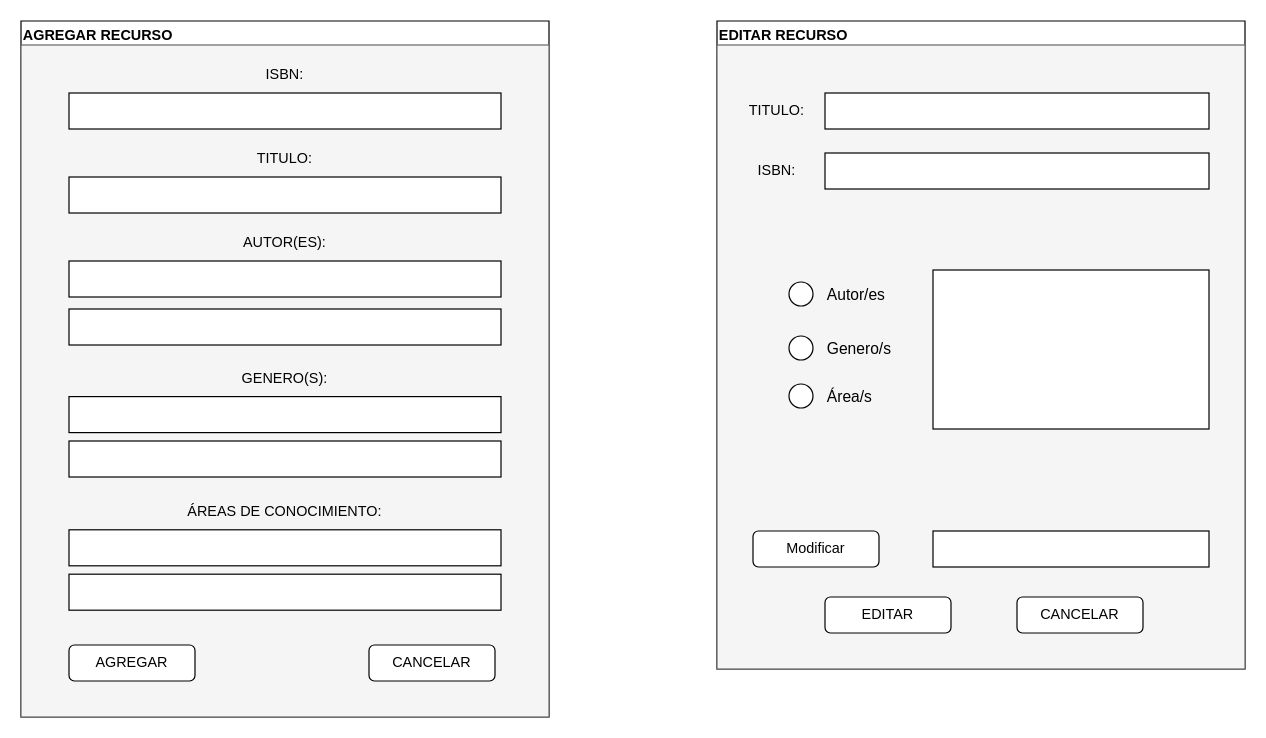
puyojulian/MiniProyecto3FPOE keeps this draw.io diagram as page "Página-2" (2 of 4) of Interface Diagram.drawio. Above is the earlier version. Source tidied: cells renumbered, new cells numbered last; positions are measured from the earlier drawing's top-left corner, leaving out a move shared by most shapes. Both pictures are drawn from the tidied source at 120%, with x=0, y=0 at pixel (20, 20).
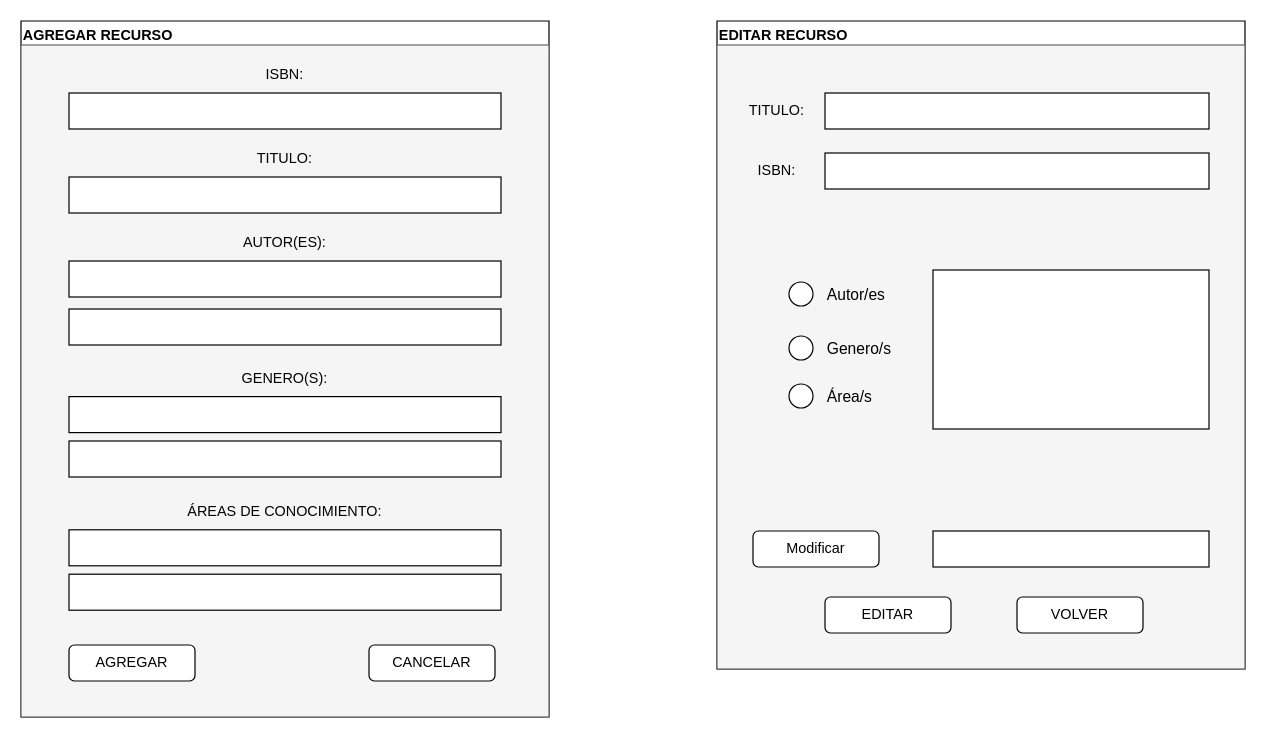
Above is the later version.

The change refers to these unchanged cells:
```xml
<mxCell id="19" value="EDITAR RECURSO" style="swimlane;whiteSpace=wrap;html=1;align=left;" parent="1" vertex="1">
  <mxGeometry x="580" width="440" height="540" as="geometry" />
</mxCell>
```

Change to the diagram source:
```diff
@@
-    <mxCell id="34" value="CANCELAR" style="rounded=1;whiteSpace=wrap;html=1;" parent="19" vertex="1">
+    <mxCell id="34" value="VOLVER" style="rounded=1;whiteSpace=wrap;html=1;" parent="19" vertex="1">
       <mxGeometry x="250" y="480" width="105" height="30" as="geometry" />
     </mxCell>
```
